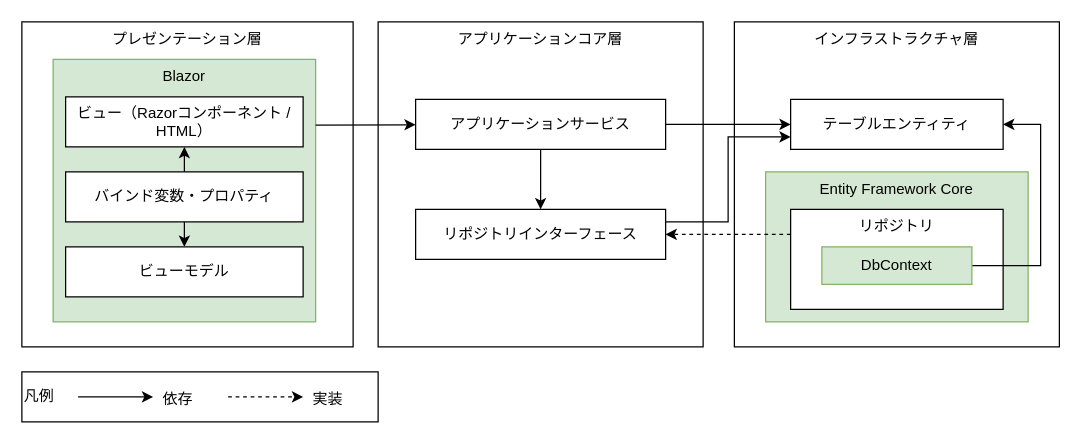
AlesInfiny/maris keeps this draw.io diagram as documents/_materials/images/app-architecture/server-side-rendering/ssr-architecture-dark.drawio. Above is the earlier version. Source tidied: cells renumbered, new cells numbered last; positions are measured from the earlier drawing's top-left corner, leaving out a move shared by most shapes. Both pictures are drawn from the tidied source at 125%, with x=0, y=0 at pixel (21, 21).
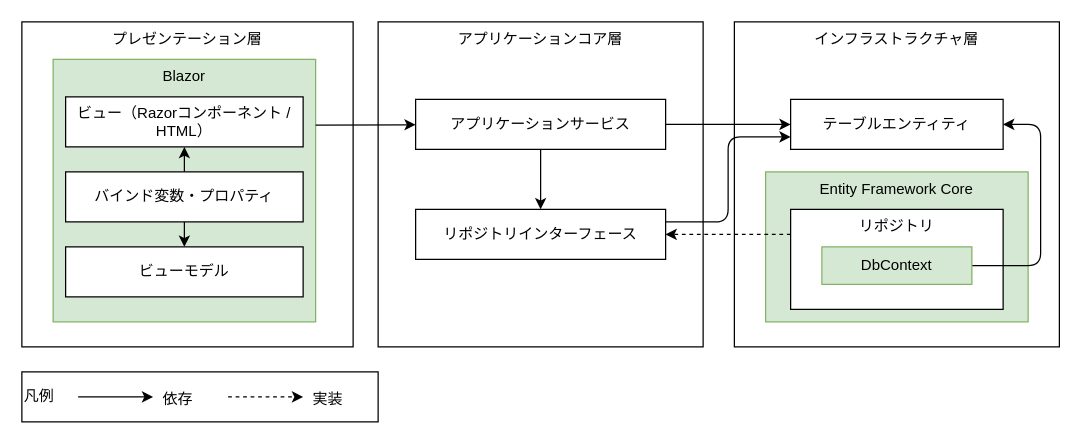
After the change.

Commit message (it also covers changes not shown here):
図の矢印を修正

Unchanged cells that the change refers to:
```xml
<mxCell id="16" value="リポジトリインターフェース" style="rounded=0;whiteSpace=wrap;html=1;" parent="1" vertex="1">
  <mxGeometry x="315" y="150" width="200" height="40" as="geometry" />
</mxCell>
<mxCell id="17" value="テーブルエンティティ" style="rounded=0;whiteSpace=wrap;html=1;" parent="1" vertex="1">
  <mxGeometry x="615" y="62" width="170" height="40" as="geometry" />
</mxCell>
<mxCell id="21" value="DbContext" style="rounded=0;whiteSpace=wrap;html=1;fillColor=#d5e8d4;strokeColor=#82b366;fontColor=#000000;" parent="1" vertex="1">
  <mxGeometry x="640" y="180" width="120" height="30" as="geometry" />
</mxCell>
```

The edit, as a diff of the source:
```diff
@@
-    <mxCell id="15" style="edgeStyle=orthogonalEdgeStyle;rounded=0;jettySize=auto;html=1;exitX=1;exitY=0.25;exitDx=0;exitDy=0;entryX=0;entryY=0.75;entryDx=0;entryDy=0;" parent="1" edge="1" source="16" target="17">
+    <mxCell id="15" style="edgeStyle=orthogonalEdgeStyle;rounded=1;jettySize=auto;html=1;exitX=1;exitY=0.25;exitDx=0;exitDy=0;entryX=0;entryY=0.75;entryDx=0;entryDy=0;curved=0;" parent="1" edge="1" source="16" target="17">
       <mxGeometry relative="1" as="geometry" />
     </mxCell>
@@
-    <mxCell id="20" style="edgeStyle=orthogonalEdgeStyle;rounded=0;jettySize=auto;html=1;exitX=1;exitY=0.5;exitDx=0;exitDy=0;entryX=1;entryY=0.5;entryDx=0;entryDy=0;" parent="1" edge="1" source="21" target="17">
+    <mxCell id="20" style="edgeStyle=orthogonalEdgeStyle;rounded=1;jettySize=auto;html=1;exitX=1;exitY=0.5;exitDx=0;exitDy=0;entryX=1;entryY=0.5;entryDx=0;entryDy=0;curved=0;" parent="1" edge="1" source="21" target="17">
       <mxGeometry relative="1" as="geometry">
         <Array as="points">
           <mxPoint x="815" y="195" />
           <mxPoint x="815" y="82" />
         </Array>
       </mxGeometry>
     </mxCell>
```
